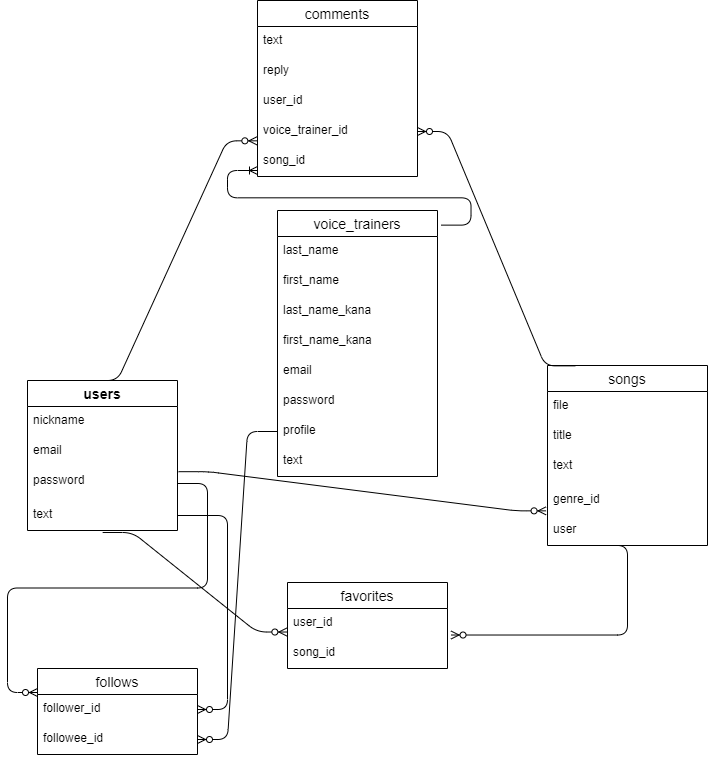
Earlier version of the draw.io export db.drawio.png (Vermouth2004/chanson). Source tidied: cells renumbered, new cells last; positions are measured from the earlier drawing's top-left corner, leaving out a move shared by most shapes. The source it was exported from:
```xml
<mxGraphModel>
  <root>
    <mxCell id="0" />
    <mxCell id="1" parent="0" />
    <mxCell id="2" value="users" style="swimlane;fontStyle=1;horizontal=1;startSize=26;align=center;fontSize=14;" parent="1" vertex="1">
      <mxGeometry y="380" width="150" height="150" as="geometry" />
    </mxCell>
    <mxCell id="3" value="nickname&#10;" style="text;strokeColor=none;fillColor=none;spacingLeft=4;spacingRight=4;overflow=hidden;fontSize=12;" parent="2" vertex="1">
      <mxGeometry y="26" width="150" height="30" as="geometry" />
    </mxCell>
    <mxCell id="4" value="email&#10;" style="text;strokeColor=none;fillColor=none;spacingLeft=4;spacingRight=4;overflow=hidden;points=[[0,0.5],[1,0.5]];portConstraint=eastwest;fontSize=12;" parent="2" vertex="1">
      <mxGeometry y="56" width="150" height="30" as="geometry" />
    </mxCell>
    <mxCell id="5" value="password&#10;&#10;&#10;&#10;&#10;" style="text;strokeColor=none;fillColor=none;spacingLeft=4;spacingRight=4;overflow=hidden;points=[[0,0.5],[1,0.5]];portConstraint=eastwest;fontSize=12;" parent="2" vertex="1">
      <mxGeometry y="86" width="150" height="34" as="geometry" />
    </mxCell>
    <mxCell id="6" value="text" style="text;strokeColor=none;fillColor=none;spacingLeft=4;spacingRight=4;overflow=hidden;points=[[0,0.5],[1,0.5]];portConstraint=eastwest;fontSize=12;" parent="2" vertex="1">
      <mxGeometry y="120" width="150" height="30" as="geometry" />
    </mxCell>
    <mxCell id="7" value="follows" style="swimlane;fontStyle=0;horizontal=1;startSize=26;align=center;fontSize=14;" parent="1" vertex="1">
      <mxGeometry x="10" y="668" width="160" height="86" as="geometry" />
    </mxCell>
    <mxCell id="8" value="follower_id" style="text;strokeColor=none;fillColor=none;spacingLeft=4;spacingRight=4;overflow=hidden;points=[[0,0.5],[1,0.5]];portConstraint=eastwest;fontSize=12;" parent="7" vertex="1">
      <mxGeometry y="26" width="160" height="30" as="geometry" />
    </mxCell>
    <mxCell id="9" value="followee_id" style="text;strokeColor=none;fillColor=none;spacingLeft=4;spacingRight=4;overflow=hidden;points=[[0,0.5],[1,0.5]];portConstraint=eastwest;fontSize=12;" parent="7" vertex="1">
      <mxGeometry y="56" width="160" height="30" as="geometry" />
    </mxCell>
    <mxCell id="10" value="songs" style="swimlane;fontStyle=0;horizontal=1;startSize=26;align=center;fontSize=14;" parent="1" vertex="1">
      <mxGeometry x="520" y="365" width="160" height="180" as="geometry" />
    </mxCell>
    <mxCell id="11" value="file" style="text;strokeColor=none;fillColor=none;spacingLeft=4;spacingRight=4;overflow=hidden;fontSize=12;" parent="10" vertex="1">
      <mxGeometry y="26" width="160" height="30" as="geometry" />
    </mxCell>
    <mxCell id="12" value="title" style="text;strokeColor=none;fillColor=none;spacingLeft=4;spacingRight=4;overflow=hidden;fontSize=12;" parent="10" vertex="1">
      <mxGeometry y="56" width="160" height="30" as="geometry" />
    </mxCell>
    <mxCell id="13" value="text" style="text;strokeColor=none;fillColor=none;spacingLeft=4;spacingRight=4;overflow=hidden;fontSize=12;" parent="10" vertex="1">
      <mxGeometry y="86" width="160" height="34" as="geometry" />
    </mxCell>
    <mxCell id="14" value="genre_id" style="text;strokeColor=none;fillColor=none;spacingLeft=4;spacingRight=4;overflow=hidden;fontSize=12;" parent="10" vertex="1">
      <mxGeometry y="120" width="160" height="30" as="geometry" />
    </mxCell>
    <mxCell id="15" value="user" style="text;strokeColor=none;fillColor=none;spacingLeft=4;spacingRight=4;overflow=hidden;points=[[0,0.5],[1,0.5]];portConstraint=eastwest;fontSize=12;" parent="10" vertex="1">
      <mxGeometry y="150" width="160" height="30" as="geometry" />
    </mxCell>
    <mxCell id="16" style="edgeStyle=entityRelationEdgeStyle;fontSize=12;html=1;endArrow=ERzeroToMany;endFill=1;entryX=1.022;entryY=0.884;entryDx=0;entryDy=0;entryPerimeter=0;" parent="10" edge="1" target="18">
      <mxGeometry relative="1" as="geometry">
        <mxPoint x="50" y="180" as="sourcePoint" />
      </mxGeometry>
    </mxCell>
    <mxCell id="17" value="favorites" style="swimlane;fontStyle=0;horizontal=1;startSize=26;align=center;fontSize=14;" parent="1" vertex="1">
      <mxGeometry x="260" y="582" width="160" height="86" as="geometry" />
    </mxCell>
    <mxCell id="18" value="user_id" style="text;strokeColor=none;fillColor=none;spacingLeft=4;spacingRight=4;overflow=hidden;points=[[0,0.5],[1,0.5]];portConstraint=eastwest;fontSize=12;" parent="17" vertex="1">
      <mxGeometry y="26" width="160" height="30" as="geometry" />
    </mxCell>
    <mxCell id="19" value="song_id" style="text;strokeColor=none;fillColor=none;spacingLeft=4;spacingRight=4;overflow=hidden;fontSize=12;" parent="17" vertex="1">
      <mxGeometry y="56" width="160" height="30" as="geometry" />
    </mxCell>
    <mxCell id="20" value="voice_trainers" style="swimlane;fontStyle=0;horizontal=1;startSize=26;align=center;fontSize=14;" parent="1" vertex="1">
      <mxGeometry x="250" y="210" width="160" height="266" as="geometry" />
    </mxCell>
    <mxCell id="21" value="last_name" style="text;strokeColor=none;fillColor=none;spacingLeft=4;spacingRight=4;overflow=hidden;fontSize=12;" parent="20" vertex="1">
      <mxGeometry y="26" width="160" height="30" as="geometry" />
    </mxCell>
    <mxCell id="22" value="first_name" style="text;strokeColor=none;fillColor=none;spacingLeft=4;spacingRight=4;overflow=hidden;fontSize=12;" parent="20" vertex="1">
      <mxGeometry y="56" width="160" height="30" as="geometry" />
    </mxCell>
    <mxCell id="23" value="last_name_kana" style="text;strokeColor=none;fillColor=none;spacingLeft=4;spacingRight=4;overflow=hidden;fontSize=12;" parent="20" vertex="1">
      <mxGeometry y="86" width="160" height="30" as="geometry" />
    </mxCell>
    <mxCell id="24" value="first_name_kana" style="text;strokeColor=none;fillColor=none;spacingLeft=4;spacingRight=4;overflow=hidden;fontSize=12;" parent="20" vertex="1">
      <mxGeometry y="116" width="160" height="30" as="geometry" />
    </mxCell>
    <mxCell id="25" value="email" style="text;strokeColor=none;fillColor=none;spacingLeft=4;spacingRight=4;overflow=hidden;fontSize=12;" parent="20" vertex="1">
      <mxGeometry y="146" width="160" height="30" as="geometry" />
    </mxCell>
    <mxCell id="26" value="password" style="text;strokeColor=none;fillColor=none;spacingLeft=4;spacingRight=4;overflow=hidden;fontSize=12;" parent="20" vertex="1">
      <mxGeometry y="176" width="160" height="30" as="geometry" />
    </mxCell>
    <mxCell id="27" value="profile" style="text;strokeColor=none;fillColor=none;spacingLeft=4;spacingRight=4;overflow=hidden;points=[[0,0.5],[1,0.5]];portConstraint=eastwest;fontSize=12;" parent="20" vertex="1">
      <mxGeometry y="206" width="160" height="30" as="geometry" />
    </mxCell>
    <mxCell id="28" value="text" style="text;strokeColor=none;fillColor=none;spacingLeft=4;spacingRight=4;overflow=hidden;fontSize=12;" parent="20" vertex="1">
      <mxGeometry y="236" width="160" height="30" as="geometry" />
    </mxCell>
    <mxCell id="29" value="comments" style="swimlane;fontStyle=0;horizontal=1;startSize=26;align=center;fontSize=14;" parent="1" vertex="1">
      <mxGeometry x="230" width="160" height="176" as="geometry" />
    </mxCell>
    <mxCell id="30" value="text                                                    " style="text;strokeColor=none;fillColor=none;spacingLeft=4;spacingRight=4;overflow=hidden;fontSize=12;" parent="29" vertex="1">
      <mxGeometry y="26" width="160" height="30" as="geometry" />
    </mxCell>
    <mxCell id="31" value="reply" style="text;strokeColor=none;fillColor=none;spacingLeft=4;spacingRight=4;overflow=hidden;fontSize=12;" parent="29" vertex="1">
      <mxGeometry y="56" width="160" height="30" as="geometry" />
    </mxCell>
    <mxCell id="32" value="user_id" style="text;strokeColor=none;fillColor=none;spacingLeft=4;spacingRight=4;overflow=hidden;fontSize=12;" parent="29" vertex="1">
      <mxGeometry y="86" width="160" height="30" as="geometry" />
    </mxCell>
    <mxCell id="33" value="voice_trainer_id" style="text;strokeColor=none;fillColor=none;spacingLeft=4;spacingRight=4;overflow=hidden;points=[[0,0.5],[1,0.5]];portConstraint=eastwest;fontSize=12;" parent="29" vertex="1">
      <mxGeometry y="116" width="160" height="30" as="geometry" />
    </mxCell>
    <mxCell id="34" value="song_id" style="text;strokeColor=none;fillColor=none;spacingLeft=4;spacingRight=4;overflow=hidden;fontSize=12;" parent="29" vertex="1">
      <mxGeometry y="146" width="160" height="30" as="geometry" />
    </mxCell>
    <mxCell id="35" style="edgeStyle=entityRelationEdgeStyle;fontSize=12;html=1;endArrow=ERzeroToMany;endFill=1;exitX=1;exitY=0.5;exitDx=0;exitDy=0;" parent="1" edge="1" source="6" target="8">
      <mxGeometry relative="1" as="geometry" />
    </mxCell>
    <mxCell id="36" style="edgeStyle=entityRelationEdgeStyle;fontSize=12;html=1;endArrow=ERzeroToMany;endFill=1;exitX=1;exitY=0.5;exitDx=0;exitDy=0;" parent="1" edge="1" source="5">
      <mxGeometry relative="1" as="geometry">
        <mxPoint x="10" y="692" as="targetPoint" />
      </mxGeometry>
    </mxCell>
    <mxCell id="37" style="edgeStyle=entityRelationEdgeStyle;fontSize=12;html=1;endArrow=ERzeroToMany;endFill=1;entryX=-0.004;entryY=0.784;entryDx=0;entryDy=0;entryPerimeter=0;exitX=0.501;exitY=1.067;exitDx=0;exitDy=0;exitPerimeter=0;" parent="1" edge="1" source="6" target="18">
      <mxGeometry relative="1" as="geometry" />
    </mxCell>
    <mxCell id="38" style="edgeStyle=entityRelationEdgeStyle;fontSize=12;html=1;endArrow=ERzeroToMany;endFill=1;exitX=0.4;exitY=0;exitDx=0;exitDy=0;exitPerimeter=0;entryX=-0.004;entryY=0.811;entryDx=0;entryDy=0;entryPerimeter=0;" parent="1" edge="1" source="2" target="33">
      <mxGeometry relative="1" as="geometry" />
    </mxCell>
    <mxCell id="39" style="edgeStyle=entityRelationEdgeStyle;fontSize=12;html=1;endArrow=ERzeroToMany;endFill=1;exitX=0.173;exitY=0.002;exitDx=0;exitDy=0;exitPerimeter=0;" parent="1" edge="1" source="10" target="33">
      <mxGeometry relative="1" as="geometry" />
    </mxCell>
    <mxCell id="40" style="edgeStyle=entityRelationEdgeStyle;fontSize=12;html=1;endArrow=ERoneToMany;exitX=1.022;exitY=0.055;exitDx=0;exitDy=0;exitPerimeter=0;" parent="1" edge="1" source="20">
      <mxGeometry relative="1" as="geometry">
        <mxPoint x="230" y="170" as="targetPoint" />
      </mxGeometry>
    </mxCell>
    <mxCell id="41" style="edgeStyle=entityRelationEdgeStyle;fontSize=12;html=1;endArrow=ERzeroToMany;endFill=1;" parent="1" edge="1" source="27" target="9">
      <mxGeometry relative="1" as="geometry" />
    </mxCell>
    <mxCell id="42" style="edgeStyle=entityRelationEdgeStyle;fontSize=12;html=1;endArrow=ERzeroToMany;endFill=1;exitX=1.007;exitY=1.173;exitDx=0;exitDy=0;exitPerimeter=0;entryX=-0.009;entryY=-0.155;entryDx=0;entryDy=0;entryPerimeter=0;" parent="1" edge="1" source="4" target="15">
      <mxGeometry relative="1" as="geometry" />
    </mxCell>
  </root>
</mxGraphModel>
```
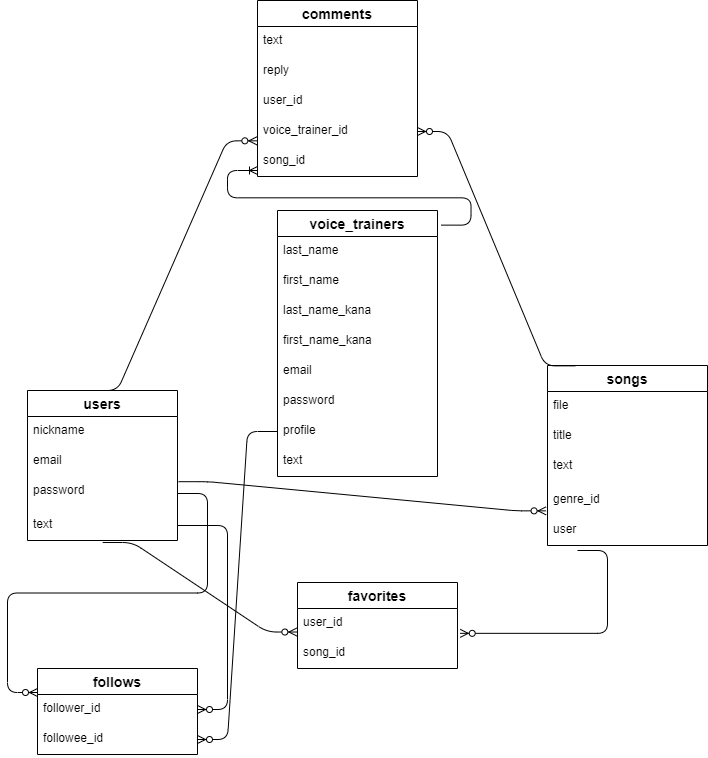
Later version of the same file.

Diff of the diagram source:
```diff
@@ -3,7 +3,7 @@
     <mxCell id="0" />
     <mxCell id="1" parent="0" />
     <mxCell id="2" value="users" style="swimlane;fontStyle=1;horizontal=1;startSize=26;align=center;fontSize=14;" parent="1" vertex="1">
-      <mxGeometry y="380" width="150" height="150" as="geometry" />
+      <mxGeometry y="390" width="150" height="150" as="geometry" />
     </mxCell>
     <mxCell id="3" value="nickname&#10;" style="text;strokeColor=none;fillColor=none;spacingLeft=4;spacingRight=4;overflow=hidden;fontSize=12;" parent="2" vertex="1">
       <mxGeometry y="26" width="150" height="30" as="geometry" />
@@ -17,7 +17,7 @@
     <mxCell id="6" value="text" style="text;strokeColor=none;fillColor=none;spacingLeft=4;spacingRight=4;overflow=hidden;points=[[0,0.5],[1,0.5]];portConstraint=eastwest;fontSize=12;" parent="2" vertex="1">
       <mxGeometry y="120" width="150" height="30" as="geometry" />
     </mxCell>
-    <mxCell id="7" value="follows" style="swimlane;fontStyle=0;horizontal=1;startSize=26;align=center;fontSize=14;" parent="1" vertex="1">
+    <mxCell id="7" value="follows" style="swimlane;fontStyle=1;horizontal=1;startSize=26;align=center;fontSize=14;" parent="1" vertex="1">
       <mxGeometry x="10" y="668" width="160" height="86" as="geometry" />
     </mxCell>
     <mxCell id="8" value="follower_id" style="text;strokeColor=none;fillColor=none;spacingLeft=4;spacingRight=4;overflow=hidden;points=[[0,0.5],[1,0.5]];portConstraint=eastwest;fontSize=12;" parent="7" vertex="1">
@@ -26,7 +26,7 @@
     <mxCell id="9" value="followee_id" style="text;strokeColor=none;fillColor=none;spacingLeft=4;spacingRight=4;overflow=hidden;points=[[0,0.5],[1,0.5]];portConstraint=eastwest;fontSize=12;" parent="7" vertex="1">
       <mxGeometry y="56" width="160" height="30" as="geometry" />
     </mxCell>
-    <mxCell id="10" value="songs" style="swimlane;fontStyle=0;horizontal=1;startSize=26;align=center;fontSize=14;" parent="1" vertex="1">
+    <mxCell id="10" value="songs" style="swimlane;fontStyle=1;horizontal=1;startSize=26;align=center;fontSize=14;" parent="1" vertex="1">
       <mxGeometry x="520" y="365" width="160" height="180" as="geometry" />
     </mxCell>
     <mxCell id="11" value="file" style="text;strokeColor=none;fillColor=none;spacingLeft=4;spacingRight=4;overflow=hidden;fontSize=12;" parent="10" vertex="1">
@@ -44,13 +44,8 @@
     <mxCell id="15" value="user" style="text;strokeColor=none;fillColor=none;spacingLeft=4;spacingRight=4;overflow=hidden;points=[[0,0.5],[1,0.5]];portConstraint=eastwest;fontSize=12;" parent="10" vertex="1">
       <mxGeometry y="150" width="160" height="30" as="geometry" />
     </mxCell>
-    <mxCell id="16" style="edgeStyle=entityRelationEdgeStyle;fontSize=12;html=1;endArrow=ERzeroToMany;endFill=1;entryX=1.022;entryY=0.884;entryDx=0;entryDy=0;entryPerimeter=0;" parent="10" edge="1" target="18">
-      <mxGeometry relative="1" as="geometry">
-        <mxPoint x="50" y="180" as="sourcePoint" />
-      </mxGeometry>
-    </mxCell>
-    <mxCell id="17" value="favorites" style="swimlane;fontStyle=0;horizontal=1;startSize=26;align=center;fontSize=14;" parent="1" vertex="1">
-      <mxGeometry x="260" y="582" width="160" height="86" as="geometry" />
+    <mxCell id="17" value="favorites" style="swimlane;fontStyle=1;horizontal=1;startSize=26;align=center;fontSize=14;" parent="1" vertex="1">
+      <mxGeometry x="270" y="582" width="160" height="86" as="geometry" />
     </mxCell>
     <mxCell id="18" value="user_id" style="text;strokeColor=none;fillColor=none;spacingLeft=4;spacingRight=4;overflow=hidden;points=[[0,0.5],[1,0.5]];portConstraint=eastwest;fontSize=12;" parent="17" vertex="1">
       <mxGeometry y="26" width="160" height="30" as="geometry" />
@@ -58,7 +53,7 @@
     <mxCell id="19" value="song_id" style="text;strokeColor=none;fillColor=none;spacingLeft=4;spacingRight=4;overflow=hidden;fontSize=12;" parent="17" vertex="1">
       <mxGeometry y="56" width="160" height="30" as="geometry" />
     </mxCell>
-    <mxCell id="20" value="voice_trainers" style="swimlane;fontStyle=0;horizontal=1;startSize=26;align=center;fontSize=14;" parent="1" vertex="1">
+    <mxCell id="20" value="voice_trainers" style="swimlane;fontStyle=1;horizontal=1;startSize=26;align=center;fontSize=14;" parent="1" vertex="1">
       <mxGeometry x="250" y="210" width="160" height="266" as="geometry" />
     </mxCell>
     <mxCell id="21" value="last_name" style="text;strokeColor=none;fillColor=none;spacingLeft=4;spacingRight=4;overflow=hidden;fontSize=12;" parent="20" vertex="1">
@@ -85,7 +80,7 @@
     <mxCell id="28" value="text" style="text;strokeColor=none;fillColor=none;spacingLeft=4;spacingRight=4;overflow=hidden;fontSize=12;" parent="20" vertex="1">
       <mxGeometry y="236" width="160" height="30" as="geometry" />
     </mxCell>
-    <mxCell id="29" value="comments" style="swimlane;fontStyle=0;horizontal=1;startSize=26;align=center;fontSize=14;" parent="1" vertex="1">
+    <mxCell id="29" value="comments" style="swimlane;fontStyle=1;horizontal=1;startSize=26;align=center;fontSize=14;" parent="1" vertex="1">
       <mxGeometry x="230" width="160" height="176" as="geometry" />
     </mxCell>
     <mxCell id="30" value="text                                                    " style="text;strokeColor=none;fillColor=none;spacingLeft=4;spacingRight=4;overflow=hidden;fontSize=12;" parent="29" vertex="1">
@@ -131,5 +126,10 @@
     <mxCell id="42" style="edgeStyle=entityRelationEdgeStyle;fontSize=12;html=1;endArrow=ERzeroToMany;endFill=1;exitX=1.007;exitY=1.173;exitDx=0;exitDy=0;exitPerimeter=0;entryX=-0.009;entryY=-0.155;entryDx=0;entryDy=0;entryPerimeter=0;" parent="1" edge="1" source="4" target="15">
       <mxGeometry relative="1" as="geometry" />
     </mxCell>
+    <mxCell id="16" style="edgeStyle=entityRelationEdgeStyle;fontSize=12;html=1;endArrow=ERzeroToMany;endFill=1;entryX=1.017;entryY=0.828;entryDx=0;entryDy=0;entryPerimeter=0;" parent="1" edge="1" target="18">
+      <mxGeometry relative="1" as="geometry">
+        <mxPoint x="550" y="550" as="sourcePoint" />
+      </mxGeometry>
+    </mxCell>
   </root>
 </mxGraphModel>
```
